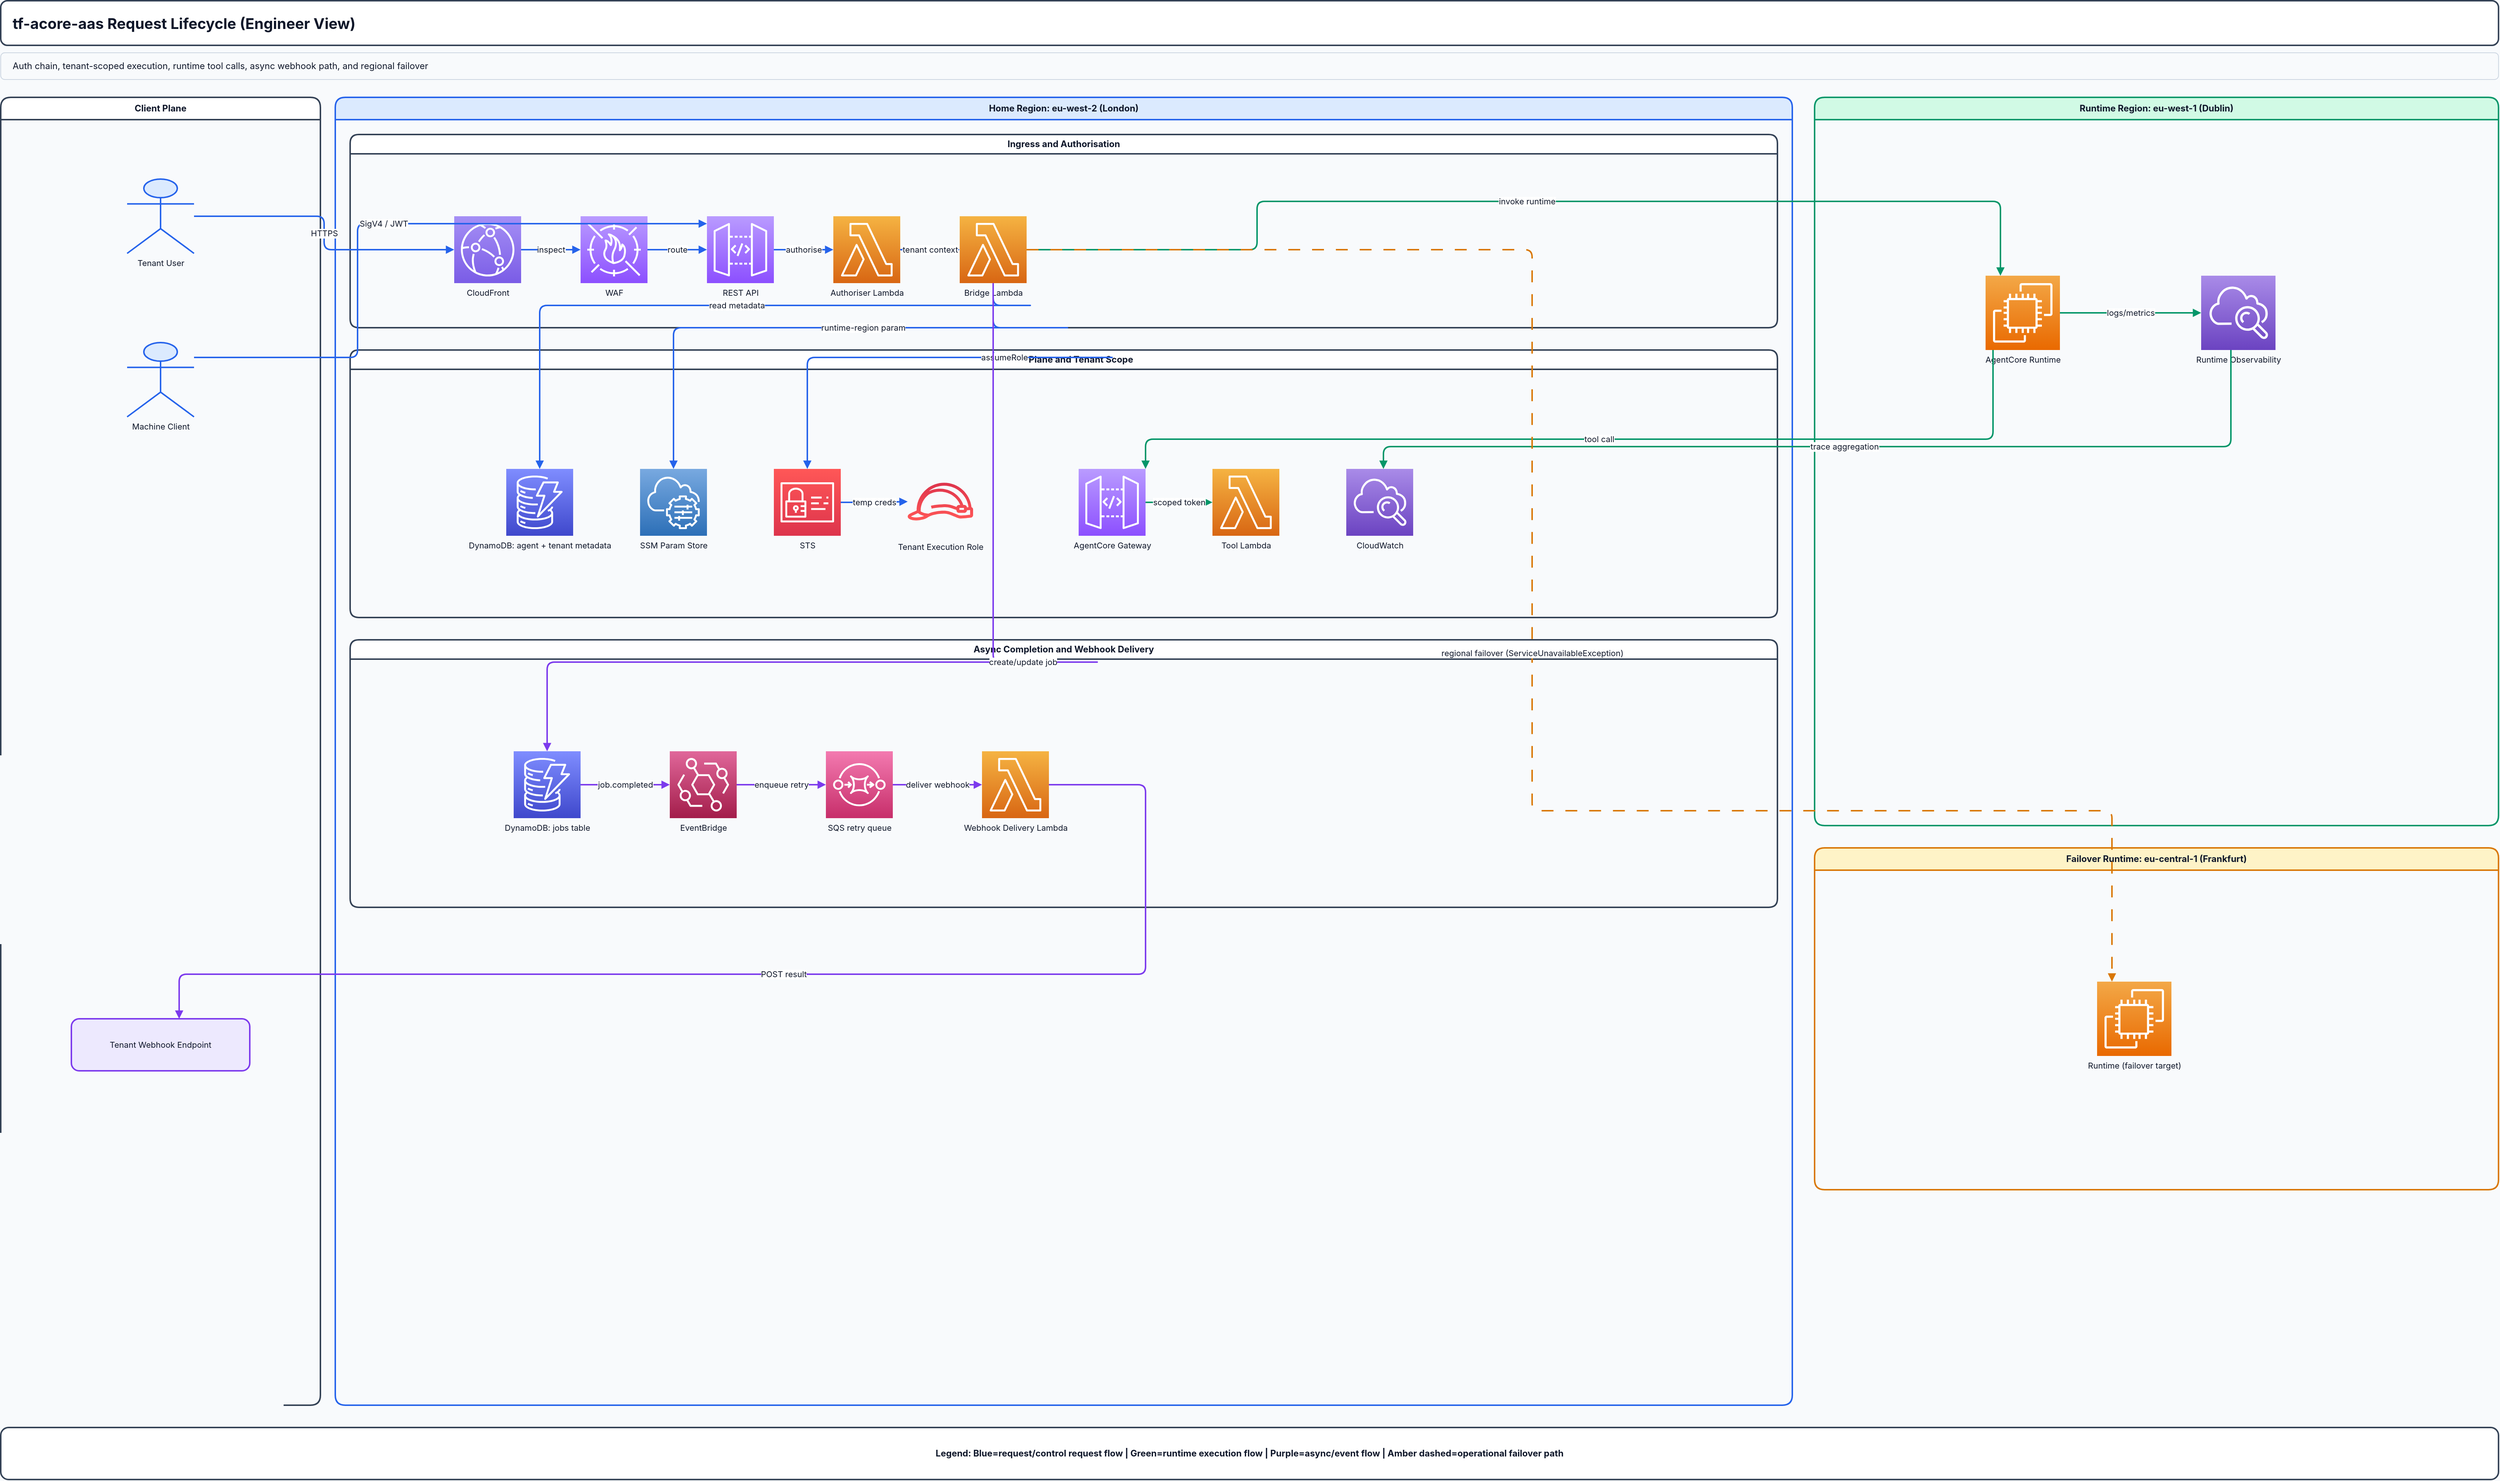
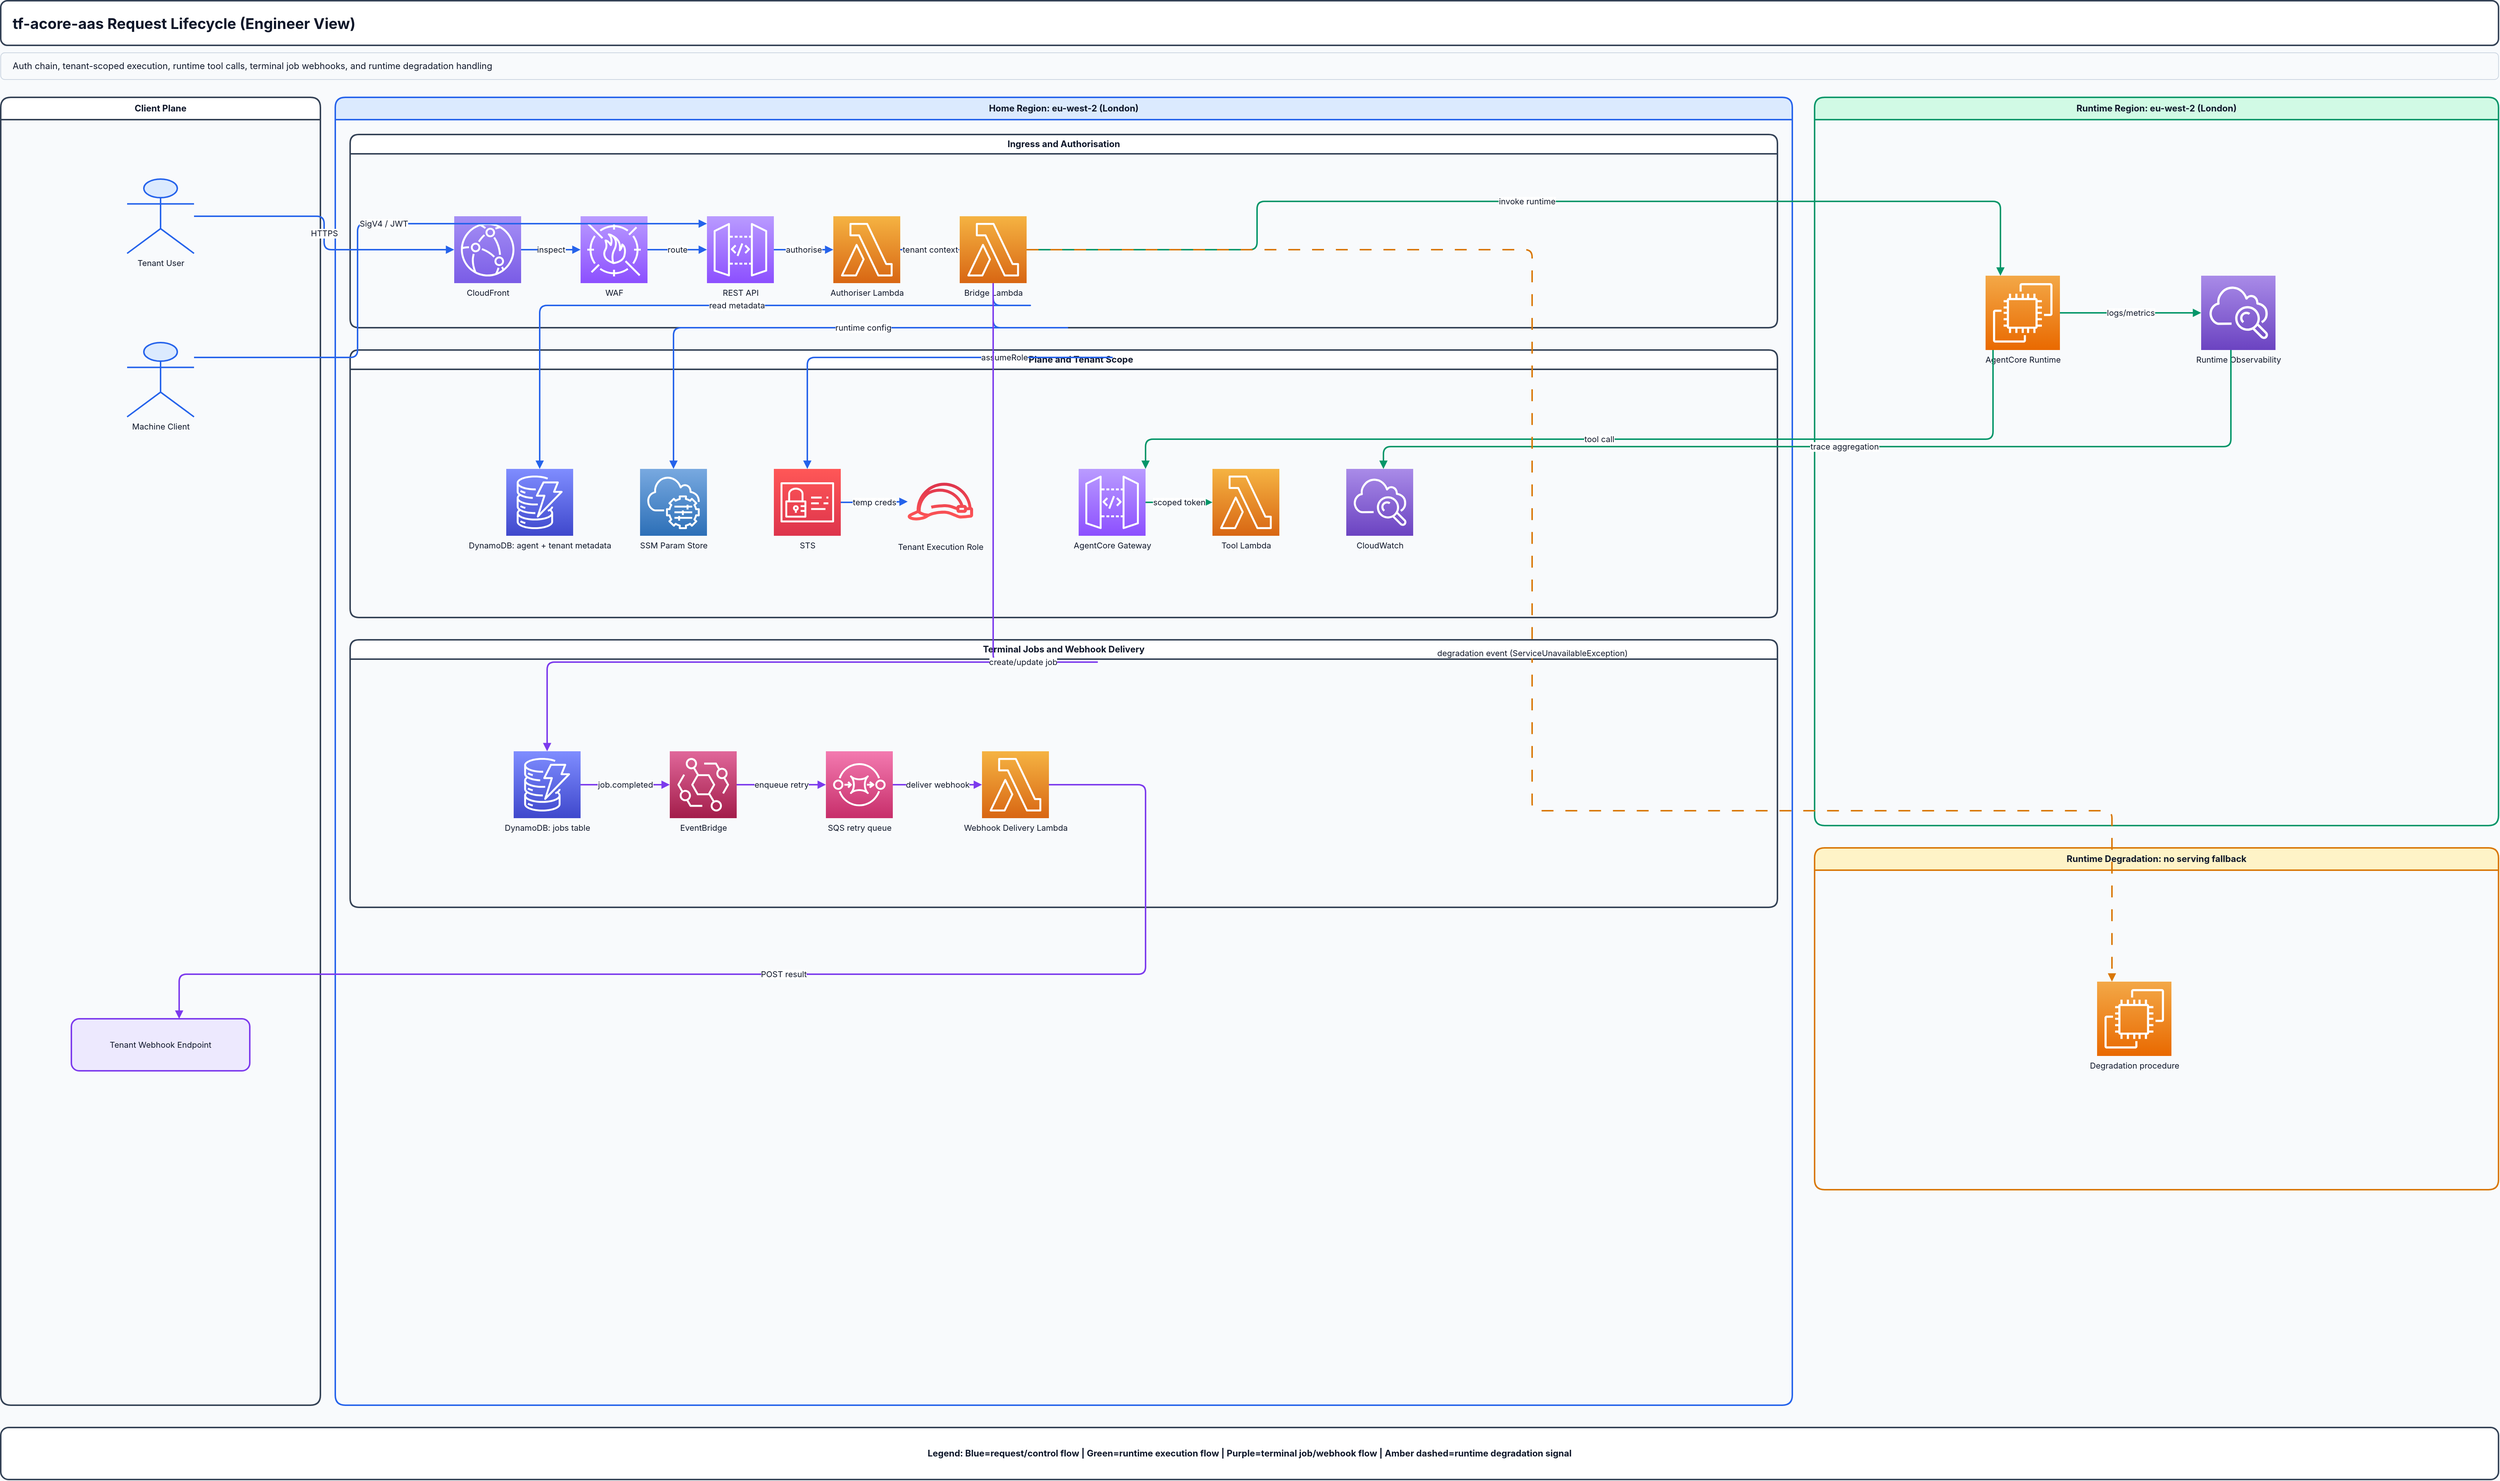
<?xml version="1.0"?>
<mxfile host="app.diagrams.net" modified="2026-03-09T00:00:00.000Z" agent="Codex" version="26.0.0" compressed="false">
  <diagram id="tf_acore_aas_request_lifecycle_engineer" name="tf_acore_aas_request_lifecycle_engineer">
    <mxGraphModel dx="2200" dy="1400" grid="1" gridSize="10" guides="1" tooltips="1" connect="1" arrows="1" fold="1" page="1" pageScale="1" pageWidth="3400" pageHeight="2200" math="0" shadow="0" background="#F8FAFC">
      <root>
        <mxCell id="0"/>
        <mxCell id="1" parent="0"/>

        <mxCell id="title" value="tf-acore-aas Request Lifecycle (Engineer View)" style="rounded=1;whiteSpace=wrap;html=1;fillColor=#FFFFFF;strokeColor=#334155;strokeWidth=2;fontStyle=1;fontSize=20;align=left;spacingLeft=14;fontFamily=Inter;fontColor=#0F172A;" vertex="1" parent="1">
          <mxGeometry x="20" y="20" width="3360" height="60" as="geometry"/>
        </mxCell>
-         <mxCell id="subtitle" value="Auth chain, tenant-scoped execution, runtime tool calls, async webhook path, and regional failover" style="rounded=1;whiteSpace=wrap;html=1;fillColor=#F8FAFC;strokeColor=#CBD5E1;fontSize=12;align=left;spacingLeft=14;fontFamily=Inter;fontColor=#0F172A;" vertex="1" parent="1">
+         <mxCell id="subtitle" value="Auth chain, tenant-scoped execution, runtime tool calls, terminal job webhooks, and runtime degradation handling" style="rounded=1;whiteSpace=wrap;html=1;fillColor=#F8FAFC;strokeColor=#CBD5E1;fontSize=12;align=left;spacingLeft=14;fontFamily=Inter;fontColor=#0F172A;" vertex="1" parent="1">
          <mxGeometry x="20" y="90" width="3360" height="36" as="geometry"/>
        </mxCell>

        <mxCell id="client_plane" value="Client Plane" style="swimlane;startSize=30;rounded=1;whiteSpace=wrap;html=1;fillColor=#FFFFFF;strokeColor=#334155;strokeWidth=2;fontStyle=1;fontFamily=Inter;fontColor=#0F172A;" vertex="1" parent="1">
          <mxGeometry x="20" y="150" width="430" height="1760" as="geometry"/>
        </mxCell>
        <mxCell id="client_user" value="Tenant User" style="shape=umlActor;verticalLabelPosition=bottom;verticalAlign=top;align=center;html=1;fontSize=11;fillColor=#DBEAFE;strokeColor=#2563EB;strokeWidth=2;fontFamily=Inter;fontColor=#0F172A;" vertex="1" parent="client_plane">
          <mxGeometry x="170" y="110" width="90" height="100" as="geometry"/>
        </mxCell>
        <mxCell id="client_api" value="Machine Client" style="shape=umlActor;verticalLabelPosition=bottom;verticalAlign=top;align=center;html=1;fontSize=11;fillColor=#DBEAFE;strokeColor=#2563EB;strokeWidth=2;fontFamily=Inter;fontColor=#0F172A;" vertex="1" parent="client_plane">
          <mxGeometry x="170" y="330" width="90" height="100" as="geometry"/>
        </mxCell>
        <mxCell id="client_webhook" value="Tenant Webhook Endpoint" style="rounded=1;whiteSpace=wrap;html=1;fillColor=#EDE9FE;strokeColor=#7C3AED;strokeWidth=2;fontSize=11;fontFamily=Inter;fontColor=#0F172A;" vertex="1" parent="client_plane">
          <mxGeometry x="95" y="1240" width="240" height="70" as="geometry"/>
        </mxCell>

        <mxCell id="home_region" value="Home Region: eu-west-2 (London)" style="swimlane;startSize=30;rounded=1;whiteSpace=wrap;html=1;fillColor=#DBEAFE;strokeColor=#2563EB;strokeWidth=2;fontStyle=1;fontFamily=Inter;fontColor=#0F172A;" vertex="1" parent="1">
          <mxGeometry x="470" y="150" width="1960" height="1760" as="geometry"/>
        </mxCell>

        <mxCell id="ingress_lane" value="Ingress and Authorisation" style="swimlane;startSize=26;rounded=1;whiteSpace=wrap;html=1;fillColor=#FFFFFF;strokeColor=#334155;strokeWidth=2;fontStyle=1;fontFamily=Inter;fontColor=#0F172A;" vertex="1" parent="home_region">
          <mxGeometry x="20" y="50" width="1920" height="260" as="geometry"/>
        </mxCell>

        <mxCell id="cf" value="CloudFront" style="sketch=0;outlineConnect=0;gradientColor=#A58FF5;gradientDirection=north;fillColor=#7A5CE6;strokeColor=#ffffff;verticalLabelPosition=bottom;verticalAlign=top;align=center;html=1;fontSize=11;aspect=fixed;shape=mxgraph.aws4.resourceIcon;resIcon=mxgraph.aws4.cloudfront;fontFamily=Inter;fontColor=#0F172A;" vertex="1" parent="ingress_lane">
          <mxGeometry x="140" y="110" width="90" height="90" as="geometry"/>
        </mxCell>
        <mxCell id="waf" value="WAF" style="sketch=0;outlineConnect=0;gradientColor=#B99BFF;gradientDirection=north;fillColor=#8C4FFF;strokeColor=#ffffff;verticalLabelPosition=bottom;verticalAlign=top;align=center;html=1;fontSize=11;aspect=fixed;shape=mxgraph.aws4.resourceIcon;resIcon=mxgraph.aws4.waf;fontFamily=Inter;fontColor=#0F172A;" vertex="1" parent="ingress_lane">
          <mxGeometry x="310" y="110" width="90" height="90" as="geometry"/>
        </mxCell>
        <mxCell id="api_gw" value="REST API" style="sketch=0;outlineConnect=0;gradientColor=#B99BFF;gradientDirection=north;fillColor=#8C4FFF;strokeColor=#ffffff;verticalLabelPosition=bottom;verticalAlign=top;align=center;html=1;fontSize=11;aspect=fixed;shape=mxgraph.aws4.resourceIcon;resIcon=mxgraph.aws4.api_gateway;fontFamily=Inter;fontColor=#0F172A;" vertex="1" parent="ingress_lane">
          <mxGeometry x="480" y="110" width="90" height="90" as="geometry"/>
        </mxCell>
        <mxCell id="authoriser" value="Authoriser Lambda" style="sketch=0;outlineConnect=0;gradientColor=#F5B342;gradientDirection=north;fillColor=#D86613;strokeColor=#ffffff;verticalLabelPosition=bottom;verticalAlign=top;align=center;html=1;fontSize=11;aspect=fixed;shape=mxgraph.aws4.resourceIcon;resIcon=mxgraph.aws4.lambda;fontFamily=Inter;fontColor=#0F172A;" vertex="1" parent="ingress_lane">
          <mxGeometry x="650" y="110" width="90" height="90" as="geometry"/>
        </mxCell>
        <mxCell id="bridge" value="Bridge Lambda" style="sketch=0;outlineConnect=0;gradientColor=#F5B342;gradientDirection=north;fillColor=#D86613;strokeColor=#ffffff;verticalLabelPosition=bottom;verticalAlign=top;align=center;html=1;fontSize=11;aspect=fixed;shape=mxgraph.aws4.resourceIcon;resIcon=mxgraph.aws4.lambda;fontFamily=Inter;fontColor=#0F172A;" vertex="1" parent="ingress_lane">
          <mxGeometry x="820" y="110" width="90" height="90" as="geometry"/>
        </mxCell>

        <mxCell id="control_lane" value="Control Plane and Tenant Scope" style="swimlane;startSize=26;rounded=1;whiteSpace=wrap;html=1;fillColor=#FFFFFF;strokeColor=#334155;strokeWidth=2;fontStyle=1;fontFamily=Inter;fontColor=#0F172A;" vertex="1" parent="home_region">
          <mxGeometry x="20" y="340" width="1920" height="360" as="geometry"/>
        </mxCell>
        <mxCell id="agents_ddb" value="DynamoDB: agent + tenant metadata" style="sketch=0;outlineConnect=0;gradientColor=#7F8DFF;gradientDirection=north;fillColor=#3F48CC;strokeColor=#ffffff;verticalLabelPosition=bottom;verticalAlign=top;align=center;html=1;fontSize=11;aspect=fixed;shape=mxgraph.aws4.resourceIcon;resIcon=mxgraph.aws4.dynamodb;fontFamily=Inter;fontColor=#0F172A;" vertex="1" parent="control_lane">
          <mxGeometry x="210" y="160" width="90" height="90" as="geometry"/>
        </mxCell>
        <mxCell id="ssm" value="SSM Param Store" style="sketch=0;outlineConnect=0;gradientColor=#78A9E0;gradientDirection=north;fillColor=#2C6FB7;strokeColor=#ffffff;verticalLabelPosition=bottom;verticalAlign=top;align=center;html=1;fontSize=11;aspect=fixed;shape=mxgraph.aws4.resourceIcon;resIcon=mxgraph.aws4.systems_manager;fontFamily=Inter;fontColor=#0F172A;" vertex="1" parent="control_lane">
          <mxGeometry x="390" y="160" width="90" height="90" as="geometry"/>
        </mxCell>
        <mxCell id="sts" value="STS" style="sketch=0;outlineConnect=0;gradientColor=#FF5757;gradientDirection=north;fillColor=#DD344C;strokeColor=#ffffff;verticalLabelPosition=bottom;verticalAlign=top;align=center;html=1;fontSize=11;aspect=fixed;shape=mxgraph.aws4.resourceIcon;resIcon=mxgraph.aws4.identity_and_access_management;fontFamily=Inter;fontColor=#0F172A;" vertex="1" parent="control_lane">
          <mxGeometry x="570" y="160" width="90" height="90" as="geometry"/>
        </mxCell>
        <mxCell id="tenant_role" value="Tenant Execution Role" style="fillColor=#DD344C;gradientColor=#FF5757;strokeColor=none;html=1;verticalLabelPosition=bottom;verticalAlign=top;align=center;fontSize=11;aspect=fixed;shape=mxgraph.aws4.role;fontFamily=Inter;fontColor=#0F172A;" vertex="1" parent="control_lane">
          <mxGeometry x="750" y="156" width="88" height="96" as="geometry"/>
        </mxCell>
        <mxCell id="agentcore_gateway" value="AgentCore Gateway" style="sketch=0;outlineConnect=0;gradientColor=#B99BFF;gradientDirection=north;fillColor=#8C4FFF;strokeColor=#ffffff;verticalLabelPosition=bottom;verticalAlign=top;align=center;html=1;fontSize=11;aspect=fixed;shape=mxgraph.aws4.resourceIcon;resIcon=mxgraph.aws4.api_gateway;fontFamily=Inter;fontColor=#0F172A;" vertex="1" parent="control_lane">
          <mxGeometry x="980" y="160" width="90" height="90" as="geometry"/>
        </mxCell>
        <mxCell id="tool_lambda" value="Tool Lambda" style="sketch=0;outlineConnect=0;gradientColor=#F5B342;gradientDirection=north;fillColor=#D86613;strokeColor=#ffffff;verticalLabelPosition=bottom;verticalAlign=top;align=center;html=1;fontSize=11;aspect=fixed;shape=mxgraph.aws4.resourceIcon;resIcon=mxgraph.aws4.lambda;fontFamily=Inter;fontColor=#0F172A;" vertex="1" parent="control_lane">
          <mxGeometry x="1160" y="160" width="90" height="90" as="geometry"/>
        </mxCell>
        <mxCell id="cloudwatch" value="CloudWatch" style="sketch=0;outlineConnect=0;gradientColor=#A98BE8;gradientDirection=north;fillColor=#6B43C1;strokeColor=#ffffff;verticalLabelPosition=bottom;verticalAlign=top;align=center;html=1;fontSize=11;aspect=fixed;shape=mxgraph.aws4.resourceIcon;resIcon=mxgraph.aws4.cloudwatch;fontFamily=Inter;fontColor=#0F172A;" vertex="1" parent="control_lane">
          <mxGeometry x="1340" y="160" width="90" height="90" as="geometry"/>
        </mxCell>

-         <mxCell id="async_lane" value="Async Completion and Webhook Delivery" style="swimlane;startSize=26;rounded=1;whiteSpace=wrap;html=1;fillColor=#FFFFFF;strokeColor=#334155;strokeWidth=2;fontStyle=1;fontFamily=Inter;fontColor=#0F172A;" vertex="1" parent="home_region">
+         <mxCell id="async_lane" value="Terminal Jobs and Webhook Delivery" style="swimlane;startSize=26;rounded=1;whiteSpace=wrap;html=1;fillColor=#FFFFFF;strokeColor=#334155;strokeWidth=2;fontStyle=1;fontFamily=Inter;fontColor=#0F172A;" vertex="1" parent="home_region">
          <mxGeometry x="20" y="730" width="1920" height="360" as="geometry"/>
        </mxCell>
        <mxCell id="jobs_ddb" value="DynamoDB: jobs table" style="sketch=0;outlineConnect=0;gradientColor=#7F8DFF;gradientDirection=north;fillColor=#3F48CC;strokeColor=#ffffff;verticalLabelPosition=bottom;verticalAlign=top;align=center;html=1;fontSize=11;aspect=fixed;shape=mxgraph.aws4.resourceIcon;resIcon=mxgraph.aws4.dynamodb;fontFamily=Inter;fontColor=#0F172A;" vertex="1" parent="async_lane">
          <mxGeometry x="220" y="150" width="90" height="90" as="geometry"/>
        </mxCell>
        <mxCell id="eventbridge" value="EventBridge" style="sketch=0;outlineConnect=0;gradientColor=#E0679A;gradientDirection=north;fillColor=#A31D4A;strokeColor=#ffffff;verticalLabelPosition=bottom;verticalAlign=top;align=center;html=1;fontSize=11;aspect=fixed;shape=mxgraph.aws4.resourceIcon;resIcon=mxgraph.aws4.eventbridge;fontFamily=Inter;fontColor=#0F172A;" vertex="1" parent="async_lane">
          <mxGeometry x="430" y="150" width="90" height="90" as="geometry"/>
        </mxCell>
        <mxCell id="sqs" value="SQS retry queue" style="sketch=0;outlineConnect=0;gradientColor=#F37AB0;gradientDirection=north;fillColor=#C72E6A;strokeColor=#ffffff;verticalLabelPosition=bottom;verticalAlign=top;align=center;html=1;fontSize=11;aspect=fixed;shape=mxgraph.aws4.resourceIcon;resIcon=mxgraph.aws4.sqs;fontFamily=Inter;fontColor=#0F172A;" vertex="1" parent="async_lane">
          <mxGeometry x="640" y="150" width="90" height="90" as="geometry"/>
        </mxCell>
        <mxCell id="webhook_lambda" value="Webhook Delivery Lambda" style="sketch=0;outlineConnect=0;gradientColor=#F5B342;gradientDirection=north;fillColor=#D86613;strokeColor=#ffffff;verticalLabelPosition=bottom;verticalAlign=top;align=center;html=1;fontSize=11;aspect=fixed;shape=mxgraph.aws4.resourceIcon;resIcon=mxgraph.aws4.lambda;fontFamily=Inter;fontColor=#0F172A;" vertex="1" parent="async_lane">
          <mxGeometry x="850" y="150" width="90" height="90" as="geometry"/>
        </mxCell>

-         <mxCell id="runtime_region" value="Runtime Region: eu-west-1 (Dublin)" style="swimlane;startSize=30;rounded=1;whiteSpace=wrap;html=1;fillColor=#D1FAE5;strokeColor=#059669;strokeWidth=2;fontStyle=1;fontFamily=Inter;fontColor=#0F172A;" vertex="1" parent="1">
+         <mxCell id="runtime_region" value="Runtime Region: eu-west-2 (London)" style="swimlane;startSize=30;rounded=1;whiteSpace=wrap;html=1;fillColor=#D1FAE5;strokeColor=#059669;strokeWidth=2;fontStyle=1;fontFamily=Inter;fontColor=#0F172A;" vertex="1" parent="1">
          <mxGeometry x="2460" y="150" width="920" height="980" as="geometry"/>
        </mxCell>
        <mxCell id="runtime" value="AgentCore Runtime" style="sketch=0;outlineConnect=0;gradientColor=#F3A847;gradientDirection=north;fillColor=#E96900;strokeColor=#ffffff;verticalLabelPosition=bottom;verticalAlign=top;align=center;html=1;fontSize=11;aspect=fixed;shape=mxgraph.aws4.resourceIcon;resIcon=mxgraph.aws4.ec2;fontFamily=Inter;fontColor=#0F172A;" vertex="1" parent="runtime_region">
          <mxGeometry x="230" y="240" width="100" height="100" as="geometry"/>
        </mxCell>
        <mxCell id="runtime_obs" value="Runtime Observability" style="sketch=0;outlineConnect=0;gradientColor=#A98BE8;gradientDirection=north;fillColor=#6B43C1;strokeColor=#ffffff;verticalLabelPosition=bottom;verticalAlign=top;align=center;html=1;fontSize=11;aspect=fixed;shape=mxgraph.aws4.resourceIcon;resIcon=mxgraph.aws4.cloudwatch;fontFamily=Inter;fontColor=#0F172A;" vertex="1" parent="runtime_region">
          <mxGeometry x="520" y="240" width="100" height="100" as="geometry"/>
        </mxCell>

-         <mxCell id="failover_region" value="Failover Runtime: eu-central-1 (Frankfurt)" style="swimlane;startSize=30;rounded=1;whiteSpace=wrap;html=1;fillColor=#FEF3C7;strokeColor=#D97706;strokeWidth=2;fontStyle=1;fontFamily=Inter;fontColor=#0F172A;" vertex="1" parent="1">
+         <mxCell id="failover_region" value="Runtime Degradation: no serving fallback" style="swimlane;startSize=30;rounded=1;whiteSpace=wrap;html=1;fillColor=#FEF3C7;strokeColor=#D97706;strokeWidth=2;fontStyle=1;fontFamily=Inter;fontColor=#0F172A;" vertex="1" parent="1">
          <mxGeometry x="2460" y="1160" width="920" height="460" as="geometry"/>
        </mxCell>
-         <mxCell id="runtime_failover" value="Runtime (failover target)" style="sketch=0;outlineConnect=0;gradientColor=#F3A847;gradientDirection=north;fillColor=#E96900;strokeColor=#ffffff;verticalLabelPosition=bottom;verticalAlign=top;align=center;html=1;fontSize=11;aspect=fixed;shape=mxgraph.aws4.resourceIcon;resIcon=mxgraph.aws4.ec2;fontFamily=Inter;fontColor=#0F172A;" vertex="1" parent="failover_region">
+         <mxCell id="runtime_failover" value="Degradation procedure" style="sketch=0;outlineConnect=0;gradientColor=#F3A847;gradientDirection=north;fillColor=#E96900;strokeColor=#ffffff;verticalLabelPosition=bottom;verticalAlign=top;align=center;html=1;fontSize=11;aspect=fixed;shape=mxgraph.aws4.resourceIcon;resIcon=mxgraph.aws4.ec2;fontFamily=Inter;fontColor=#0F172A;" vertex="1" parent="failover_region">
          <mxGeometry x="380" y="180" width="100" height="100" as="geometry"/>
        </mxCell>

-         <mxCell id="legend" value="Legend: Blue=request/control request flow | Green=runtime execution flow | Purple=async/event flow | Amber dashed=operational failover path" style="rounded=1;whiteSpace=wrap;html=1;fillColor=#FFFFFF;strokeColor=#334155;strokeWidth=2;align=center;verticalAlign=middle;fontFamily=Inter;fontColor=#0F172A;fontStyle=1;" vertex="1" parent="1">
+         <mxCell id="legend" value="Legend: Blue=request/control flow | Green=runtime execution flow | Purple=terminal job/webhook flow | Amber dashed=runtime degradation signal" style="rounded=1;whiteSpace=wrap;html=1;fillColor=#FFFFFF;strokeColor=#334155;strokeWidth=2;align=center;verticalAlign=middle;fontFamily=Inter;fontColor=#0F172A;fontStyle=1;" vertex="1" parent="1">
          <mxGeometry x="20" y="1940" width="3360" height="70" as="geometry"/>
        </mxCell>

        <mxCell id="e1" value="HTTPS" style="edgeStyle=orthogonalEdgeStyle;rounded=1;jettySize=auto;html=1;endArrow=block;endFill=1;strokeWidth=2;strokeColor=#2563EB;fontSize=11;fontFamily=Inter;fontColor=#0F172A;" edge="1" source="client_user" target="cf" parent="1">
          <mxGeometry relative="1" as="geometry"/>
        </mxCell>
        <mxCell id="e2" value="SigV4 / JWT" style="edgeStyle=orthogonalEdgeStyle;rounded=1;jettySize=auto;html=1;endArrow=block;endFill=1;strokeWidth=2;strokeColor=#2563EB;fontSize=11;fontFamily=Inter;fontColor=#0F172A;" edge="1" source="client_api" target="api_gw" parent="1">
          <mxGeometry relative="1" as="geometry">
            <Array as="points">
              <mxPoint x="500" y="500"/>
              <mxPoint x="500" y="320"/>
            </Array>
          </mxGeometry>
        </mxCell>
        <mxCell id="e3" value="inspect" style="edgeStyle=orthogonalEdgeStyle;rounded=1;jettySize=auto;html=1;endArrow=block;endFill=1;strokeWidth=2;strokeColor=#2563EB;fontSize=11;fontFamily=Inter;fontColor=#0F172A;" edge="1" source="cf" target="waf" parent="1">
          <mxGeometry relative="1" as="geometry"/>
        </mxCell>
        <mxCell id="e4" value="route" style="edgeStyle=orthogonalEdgeStyle;rounded=1;jettySize=auto;html=1;endArrow=block;endFill=1;strokeWidth=2;strokeColor=#2563EB;fontSize=11;fontFamily=Inter;fontColor=#0F172A;" edge="1" source="waf" target="api_gw" parent="1">
          <mxGeometry relative="1" as="geometry"/>
        </mxCell>
        <mxCell id="e5" value="authorise" style="edgeStyle=orthogonalEdgeStyle;rounded=1;jettySize=auto;html=1;endArrow=block;endFill=1;strokeWidth=2;strokeColor=#2563EB;fontSize=11;fontFamily=Inter;fontColor=#0F172A;" edge="1" source="api_gw" target="authoriser" parent="1">
          <mxGeometry relative="1" as="geometry"/>
        </mxCell>
        <mxCell id="e6" value="tenant context" style="edgeStyle=orthogonalEdgeStyle;rounded=1;jettySize=auto;html=1;endArrow=block;endFill=1;strokeWidth=2;strokeColor=#2563EB;fontSize=11;fontFamily=Inter;fontColor=#0F172A;" edge="1" source="authoriser" target="bridge" parent="1">
          <mxGeometry relative="1" as="geometry"/>
        </mxCell>

        <mxCell id="e7" value="read metadata" style="edgeStyle=orthogonalEdgeStyle;rounded=1;jettySize=auto;html=1;endArrow=block;endFill=1;strokeWidth=2;strokeColor=#2563EB;fontSize=11;fontFamily=Inter;fontColor=#0F172A;" edge="1" source="bridge" target="agents_ddb" parent="1">
          <mxGeometry relative="1" as="geometry">
            <Array as="points">
              <mxPoint x="1410" y="430"/>
              <mxPoint x="900" y="430"/>
            </Array>
          </mxGeometry>
        </mxCell>
-         <mxCell id="e8" value="runtime-region param" style="edgeStyle=orthogonalEdgeStyle;rounded=1;jettySize=auto;html=1;endArrow=block;endFill=1;strokeWidth=2;strokeColor=#2563EB;fontSize=11;fontFamily=Inter;fontColor=#0F172A;" edge="1" source="bridge" target="ssm" parent="1">
+         <mxCell id="e8" value="runtime config" style="edgeStyle=orthogonalEdgeStyle;rounded=1;jettySize=auto;html=1;endArrow=block;endFill=1;strokeWidth=2;strokeColor=#2563EB;fontSize=11;fontFamily=Inter;fontColor=#0F172A;" edge="1" source="bridge" target="ssm" parent="1">
          <mxGeometry relative="1" as="geometry">
            <Array as="points">
              <mxPoint x="1460" y="460"/>
              <mxPoint x="1060" y="460"/>
            </Array>
          </mxGeometry>
        </mxCell>
        <mxCell id="e9" value="assumeRole" style="edgeStyle=orthogonalEdgeStyle;rounded=1;jettySize=auto;html=1;endArrow=block;endFill=1;strokeWidth=2;strokeColor=#2563EB;fontSize=11;fontFamily=Inter;fontColor=#0F172A;" edge="1" source="bridge" target="sts" parent="1">
          <mxGeometry relative="1" as="geometry">
            <Array as="points">
              <mxPoint x="1520" y="500"/>
              <mxPoint x="1240" y="500"/>
            </Array>
          </mxGeometry>
        </mxCell>
        <mxCell id="e10" value="temp creds" style="edgeStyle=orthogonalEdgeStyle;rounded=1;jettySize=auto;html=1;endArrow=block;endFill=1;strokeWidth=2;strokeColor=#2563EB;fontSize=11;fontFamily=Inter;fontColor=#0F172A;" edge="1" source="sts" target="tenant_role" parent="1">
          <mxGeometry relative="1" as="geometry"/>
        </mxCell>

        <mxCell id="e11" value="invoke runtime" style="edgeStyle=orthogonalEdgeStyle;rounded=1;jettySize=auto;html=1;endArrow=block;endFill=1;strokeWidth=2;strokeColor=#059669;fontSize=11;fontFamily=Inter;fontColor=#0F172A;" edge="1" source="bridge" target="runtime" parent="1">
          <mxGeometry relative="1" as="geometry">
            <Array as="points">
              <mxPoint x="1710" y="290"/>
              <mxPoint x="2710" y="290"/>
            </Array>
          </mxGeometry>
        </mxCell>
        <mxCell id="e12" value="tool call" style="edgeStyle=orthogonalEdgeStyle;rounded=1;jettySize=auto;html=1;endArrow=block;endFill=1;strokeWidth=2;strokeColor=#059669;fontSize=11;fontFamily=Inter;fontColor=#0F172A;" edge="1" source="runtime" target="agentcore_gateway" parent="1">
          <mxGeometry relative="1" as="geometry">
            <Array as="points">
              <mxPoint x="2700" y="610"/>
              <mxPoint x="1560" y="610"/>
            </Array>
          </mxGeometry>
        </mxCell>
        <mxCell id="e13" value="scoped token" style="edgeStyle=orthogonalEdgeStyle;rounded=1;jettySize=auto;html=1;endArrow=block;endFill=1;strokeWidth=2;strokeColor=#059669;fontSize=11;fontFamily=Inter;fontColor=#0F172A;" edge="1" source="agentcore_gateway" target="tool_lambda" parent="1">
          <mxGeometry relative="1" as="geometry"/>
        </mxCell>
        <mxCell id="e14" value="logs/metrics" style="edgeStyle=orthogonalEdgeStyle;rounded=1;jettySize=auto;html=1;endArrow=block;endFill=1;strokeWidth=2;strokeColor=#059669;fontSize=11;fontFamily=Inter;fontColor=#0F172A;" edge="1" source="runtime" target="runtime_obs" parent="1">
          <mxGeometry relative="1" as="geometry"/>
        </mxCell>
        <mxCell id="e15" value="trace aggregation" style="edgeStyle=orthogonalEdgeStyle;rounded=1;jettySize=auto;html=1;endArrow=block;endFill=1;strokeWidth=2;strokeColor=#059669;fontSize=11;fontFamily=Inter;fontColor=#0F172A;" edge="1" source="runtime_obs" target="cloudwatch" parent="1">
          <mxGeometry relative="1" as="geometry">
            <Array as="points">
              <mxPoint x="3020" y="620"/>
              <mxPoint x="1880" y="620"/>
            </Array>
          </mxGeometry>
        </mxCell>

        <mxCell id="e16" value="create/update job" style="edgeStyle=orthogonalEdgeStyle;rounded=1;jettySize=auto;html=1;endArrow=block;endFill=1;strokeWidth=2;strokeColor=#7C3AED;fontSize=11;fontFamily=Inter;fontColor=#0F172A;" edge="1" source="bridge" target="jobs_ddb" parent="1">
          <mxGeometry relative="1" as="geometry">
            <Array as="points">
              <mxPoint x="1500" y="910"/>
              <mxPoint x="940" y="910"/>
            </Array>
          </mxGeometry>
        </mxCell>
        <mxCell id="e17" value="job.completed" style="edgeStyle=orthogonalEdgeStyle;rounded=1;jettySize=auto;html=1;endArrow=block;endFill=1;strokeWidth=2;strokeColor=#7C3AED;fontSize=11;fontFamily=Inter;fontColor=#0F172A;" edge="1" source="jobs_ddb" target="eventbridge" parent="1">
          <mxGeometry relative="1" as="geometry"/>
        </mxCell>
        <mxCell id="e18" value="enqueue retry" style="edgeStyle=orthogonalEdgeStyle;rounded=1;jettySize=auto;html=1;endArrow=block;endFill=1;strokeWidth=2;strokeColor=#7C3AED;fontSize=11;fontFamily=Inter;fontColor=#0F172A;" edge="1" source="eventbridge" target="sqs" parent="1">
          <mxGeometry relative="1" as="geometry"/>
        </mxCell>
        <mxCell id="e19" value="deliver webhook" style="edgeStyle=orthogonalEdgeStyle;rounded=1;jettySize=auto;html=1;endArrow=block;endFill=1;strokeWidth=2;strokeColor=#7C3AED;fontSize=11;fontFamily=Inter;fontColor=#0F172A;" edge="1" source="sqs" target="webhook_lambda" parent="1">
          <mxGeometry relative="1" as="geometry"/>
        </mxCell>
        <mxCell id="e20" value="POST result" style="edgeStyle=orthogonalEdgeStyle;rounded=1;jettySize=auto;html=1;endArrow=block;endFill=1;strokeWidth=2;strokeColor=#7C3AED;fontSize=11;fontFamily=Inter;fontColor=#0F172A;" edge="1" source="webhook_lambda" target="client_webhook" parent="1">
          <mxGeometry relative="1" as="geometry">
            <Array as="points">
              <mxPoint x="1560" y="1330"/>
              <mxPoint x="260" y="1330"/>
            </Array>
          </mxGeometry>
        </mxCell>

-         <mxCell id="e21" value="regional failover (ServiceUnavailableException)" style="edgeStyle=orthogonalEdgeStyle;rounded=1;jettySize=auto;html=1;dashed=1;dashPattern=8 8;endArrow=block;endFill=1;strokeWidth=2;strokeColor=#D97706;fontSize=11;fontFamily=Inter;fontColor=#0F172A;" edge="1" source="bridge" target="runtime_failover" parent="1">
+         <mxCell id="e21" value="degradation event (ServiceUnavailableException)" style="edgeStyle=orthogonalEdgeStyle;rounded=1;jettySize=auto;html=1;dashed=1;dashPattern=8 8;endArrow=block;endFill=1;strokeWidth=2;strokeColor=#D97706;fontSize=11;fontFamily=Inter;fontColor=#0F172A;" edge="1" source="bridge" target="runtime_failover" parent="1">
          <mxGeometry relative="1" as="geometry">
            <Array as="points">
              <mxPoint x="2080" y="1110"/>
              <mxPoint x="2860" y="1110"/>
            </Array>
          </mxGeometry>
        </mxCell>

      </root>
    </mxGraphModel>
  </diagram>
</mxfile>
